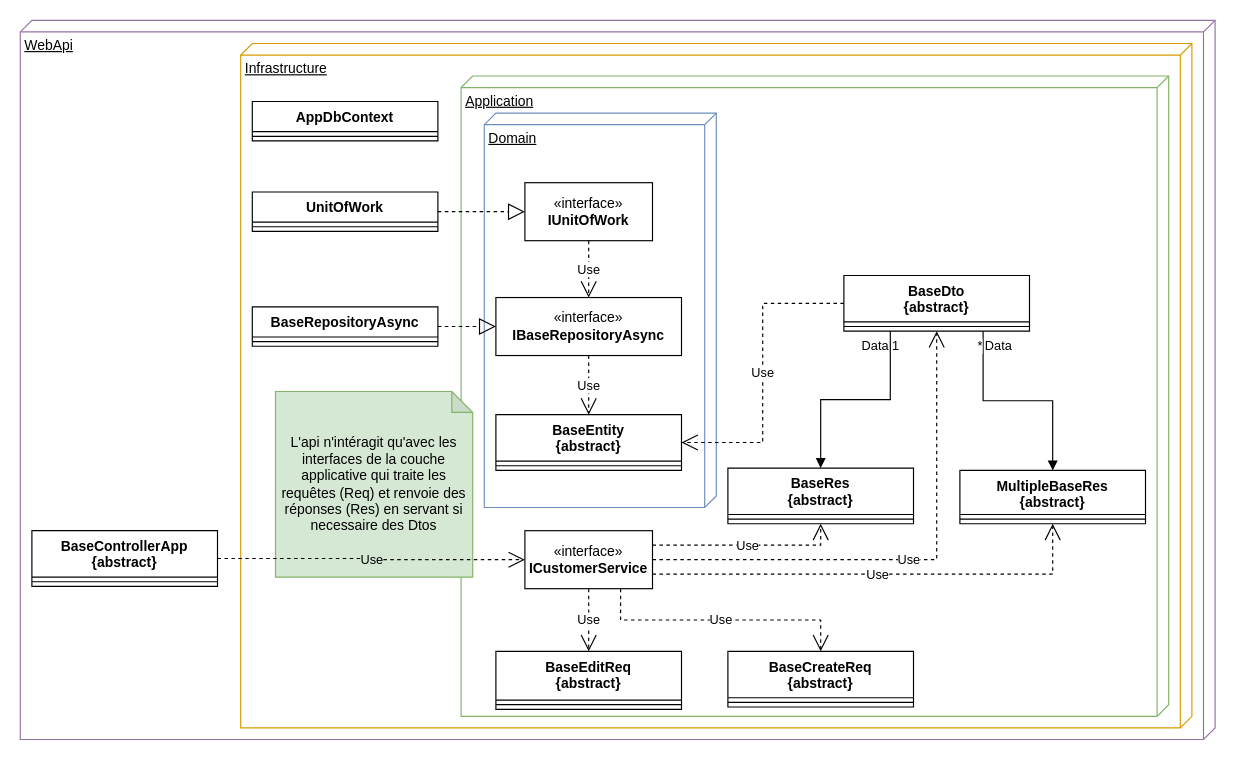
Above: page "Onion Layer" (5 of 7) of src/Diagrammes.drawio in Scholastien/MyApp (draw.io), before the change. Source tidied: cells renumbered, new cells numbered last; positions are measured from the earlier drawing's top-left corner, leaving out a move shared by most shapes. Both pictures are drawn from the tidied source at 116%, with x=0, y=0 at pixel (20, 20).
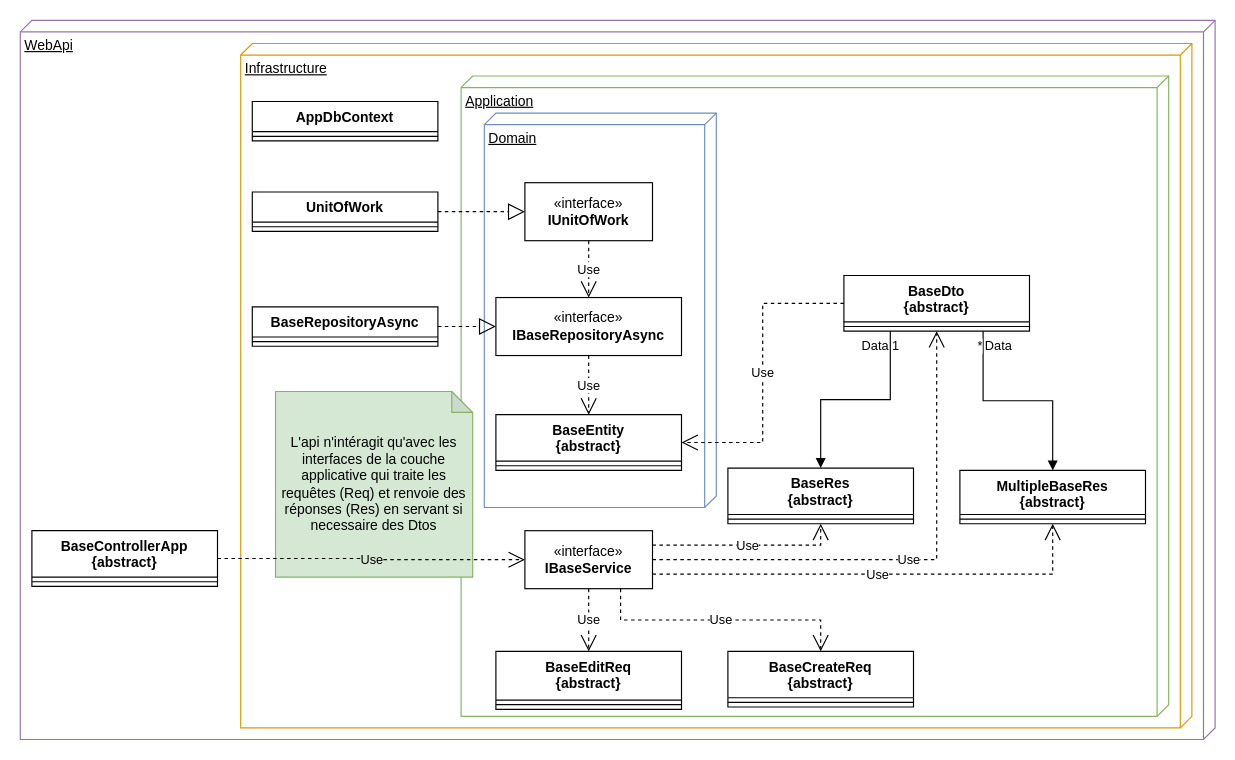
The same page after the edit.

What changed in the source:
```diff
@@
-    <mxCell id="10" value="«interface»&lt;br&gt;&lt;b&gt;ICustomerService&lt;/b&gt;" style="html=1;whiteSpace=wrap;" parent="1" vertex="1">
+    <mxCell id="10" value="«interface»&lt;br&gt;&lt;b&gt;IBaseService&lt;/b&gt;" style="html=1;whiteSpace=wrap;" parent="1" vertex="1">
       <mxGeometry x="435" y="440" width="110" height="50" as="geometry" />
     </mxCell>
```
